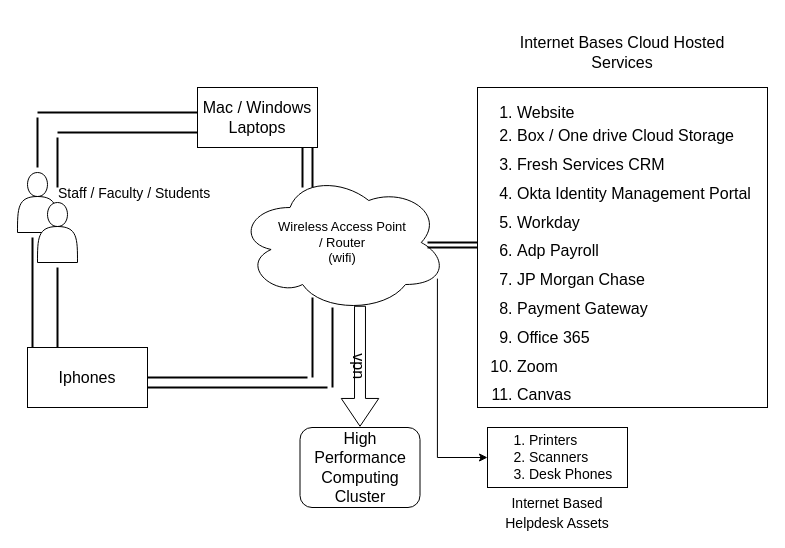
Earlier version of the draw.io diagram Organization_Assets.drawio (adityaparab04/Diagrams). Source tidied: cells renumbered, new cells numbered last; positions are measured from the earlier drawing's top-left corner, leaving out a move shared by most shapes. Both pictures are drawn from the tidied source at 100%, with x=0, y=0 at pixel (17, 17).
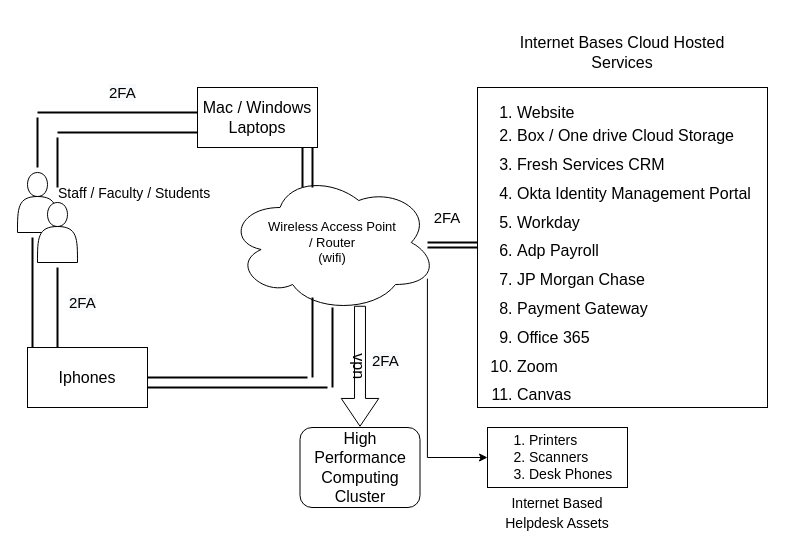
The same diagram, later.

Change to the diagram source:
```diff
@@
     <mxCell id="14" value="&lt;font style=&quot;font-size: 13px;&quot;&gt;Wireless Access Point &lt;br&gt;/ Router&lt;br&gt;(wifi)&lt;/font&gt;" style="ellipse;shape=cloud;whiteSpace=wrap;html=1;" parent="1" vertex="1">
-      <mxGeometry x="220" y="155" width="210" height="140" as="geometry" />
+      <mxGeometry x="210" y="155" width="210" height="140" as="geometry" />
     </mxCell>
@@
+    <mxCell id="30" value="&lt;font style=&quot;font-size: 15px;&quot;&gt;2FA&lt;/font&gt;" style="text;html=1;strokeColor=none;fillColor=none;align=center;verticalAlign=middle;whiteSpace=wrap;rounded=0;fontSize=13;" parent="1" vertex="1">
+      <mxGeometry x="400" y="185" width="60" height="30" as="geometry" />
+    </mxCell>
+    <mxCell id="31" value="&lt;span style=&quot;color: rgb(0, 0, 0); font-family: Helvetica; font-size: 15px; font-style: normal; font-variant-ligatures: normal; font-variant-caps: normal; font-weight: 400; letter-spacing: normal; orphans: 2; text-align: center; text-indent: 0px; text-transform: none; widows: 2; word-spacing: 0px; -webkit-text-stroke-width: 0px; background-color: rgb(248, 249, 250); text-decoration-thickness: initial; text-decoration-style: initial; text-decoration-color: initial; float: none; display: inline !important;&quot;&gt;2FA&lt;/span&gt;" style="text;whiteSpace=wrap;html=1;fontSize=15;" parent="1" vertex="1">
+      <mxGeometry x="353" y="327.5" width="60" height="40" as="geometry" />
+    </mxCell>
+    <mxCell id="32" value="&lt;span style=&quot;color: rgb(0, 0, 0); font-family: Helvetica; font-size: 15px; font-style: normal; font-variant-ligatures: normal; font-variant-caps: normal; font-weight: 400; letter-spacing: normal; orphans: 2; text-align: center; text-indent: 0px; text-transform: none; widows: 2; word-spacing: 0px; -webkit-text-stroke-width: 0px; background-color: rgb(248, 249, 250); text-decoration-thickness: initial; text-decoration-style: initial; text-decoration-color: initial; float: none; display: inline !important;&quot;&gt;2FA&lt;/span&gt;" style="text;whiteSpace=wrap;html=1;fontSize=15;" parent="1" vertex="1">
+      <mxGeometry x="50" y="270" width="60" height="40" as="geometry" />
+    </mxCell>
+    <mxCell id="33" value="&lt;span style=&quot;color: rgb(0, 0, 0); font-family: Helvetica; font-size: 15px; font-style: normal; font-variant-ligatures: normal; font-variant-caps: normal; font-weight: 400; letter-spacing: normal; orphans: 2; text-align: center; text-indent: 0px; text-transform: none; widows: 2; word-spacing: 0px; -webkit-text-stroke-width: 0px; background-color: rgb(248, 249, 250); text-decoration-thickness: initial; text-decoration-style: initial; text-decoration-color: initial; float: none; display: inline !important;&quot;&gt;2FA&lt;/span&gt;" style="text;whiteSpace=wrap;html=1;fontSize=15;" parent="1" vertex="1">
+      <mxGeometry x="90" y="60" width="60" height="40" as="geometry" />
+    </mxCell>
```
